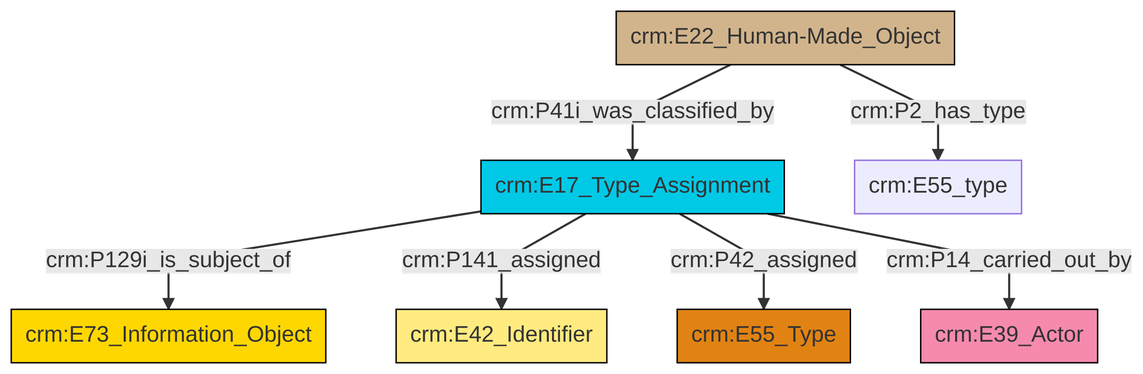
Above: et/builtWorkCSV/ttl/mmd/png/Built_Work_designation_status.png in swiss-art-research-net/reference-data-models (Mermaid), before the change. Its source is kept beside it as et/builtWorkCSV/ttl/mmd/Built_Work_designation_status.ttl.mmd.
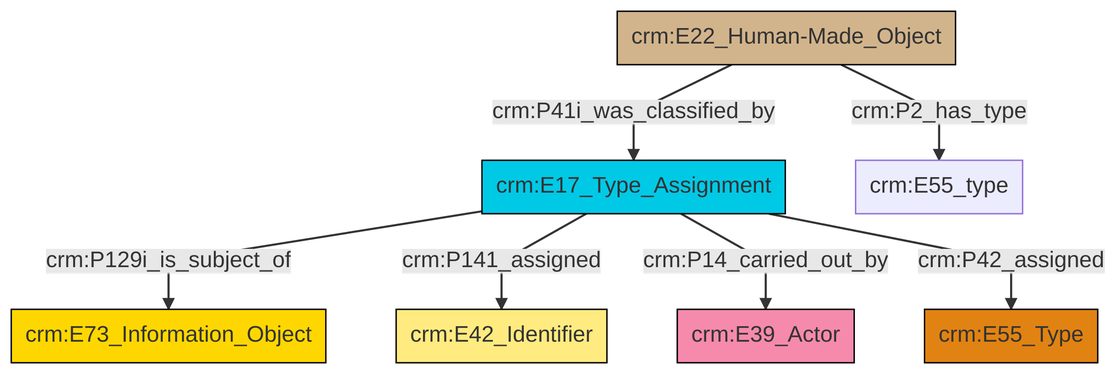
After the commit.

The edit, as a diff of the source:
```diff
@@ -13,9 +13,9 @@
 classDef PC_Classes fill:#4ce600, stroke:#000000;
 classDef Multi fill:#cccccc,stroke:#000000;
 
-2["crm:E17_Type_Assignment"]:::Temporal_Entity -->|crm:P129i_is_subject_of| 3["crm:E73_Information_Object"]:::Conceptual_Object
-2["crm:E17_Type_Assignment"]:::Temporal_Entity -->|crm:P141_assigned| 8["crm:E42_Identifier"]:::Appellation
-2["crm:E17_Type_Assignment"]:::Temporal_Entity -->|crm:P42_assigned| 4["crm:E55_Type"]:::Type
-11["crm:E22_Human-Made_Object"]:::Physical_Thing -->|crm:P41i_was_classified_by| 2["crm:E17_Type_Assignment"]:::Temporal_Entity
-2["crm:E17_Type_Assignment"]:::Temporal_Entity -->|crm:P14_carried_out_by| 0["crm:E39_Actor"]:::Actor
-11["crm:E22_Human-Made_Object"]:::Physical_Thing -->|crm:P2_has_type| 6["crm:E55_type"]:::Default
+0["crm:E17_Type_Assignment"]:::Temporal_Entity -->|crm:P129i_is_subject_of| 1["crm:E73_Information_Object"]:::Conceptual_Object
+0["crm:E17_Type_Assignment"]:::Temporal_Entity -->|crm:P141_assigned| 2["crm:E42_Identifier"]:::Appellation
+0["crm:E17_Type_Assignment"]:::Temporal_Entity -->|crm:P14_carried_out_by| 5["crm:E39_Actor"]:::Actor
+7["crm:E22_Human-Made_Object"]:::Physical_Thing -->|crm:P41i_was_classified_by| 0["crm:E17_Type_Assignment"]:::Temporal_Entity
+7["crm:E22_Human-Made_Object"]:::Physical_Thing -->|crm:P2_has_type| 11["crm:E55_type"]:::Default
+0["crm:E17_Type_Assignment"]:::Temporal_Entity -->|crm:P42_assigned| 3["crm:E55_Type"]:::Type
```
